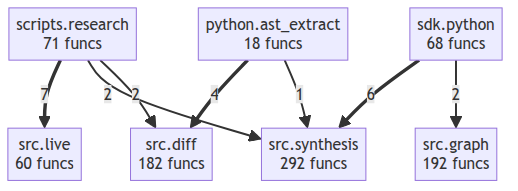
Above: project/compact_flow.png in autogrammar/todo2code (Mermaid), before the change. Its source is kept beside it as project/compact_flow.mmd.
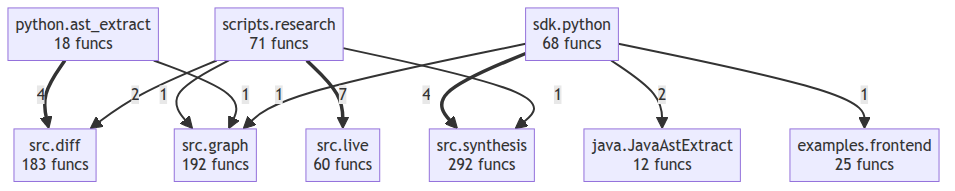
Later version of the same file.

Change to the diagram source:
```diff
@@ -1,15 +1,20 @@
 flowchart TD
+    examples__frontend["examples.frontend<br/>25 funcs"]
+    java__JavaAstExtract["java.JavaAstExtract<br/>12 funcs"]
     python__ast_extract["python.ast_extract<br/>18 funcs"]
     scripts__research["scripts.research<br/>71 funcs"]
     sdk__python["sdk.python<br/>68 funcs"]
-    src__diff["src.diff<br/>182 funcs"]
+    src__diff["src.diff<br/>183 funcs"]
     src__graph["src.graph<br/>192 funcs"]
     src__live["src.live<br/>60 funcs"]
     src__synthesis["src.synthesis<br/>292 funcs"]
     scripts__research ==>|7| src__live
-    sdk__python ==>|6| src__synthesis
     python__ast_extract ==>|4| src__diff
-    sdk__python -->|2| src__graph
-    scripts__research -->|2| src__synthesis
+    sdk__python ==>|4| src__synthesis
     scripts__research -->|2| src__diff
-    python__ast_extract -->|1| src__synthesis
+    sdk__python -->|2| java__JavaAstExtract
+    scripts__research -->|1| src__synthesis
+    scripts__research -->|1| src__graph
+    python__ast_extract -->|1| src__graph
+    sdk__python -->|1| src__graph
+    sdk__python -->|1| examples__frontend
```
